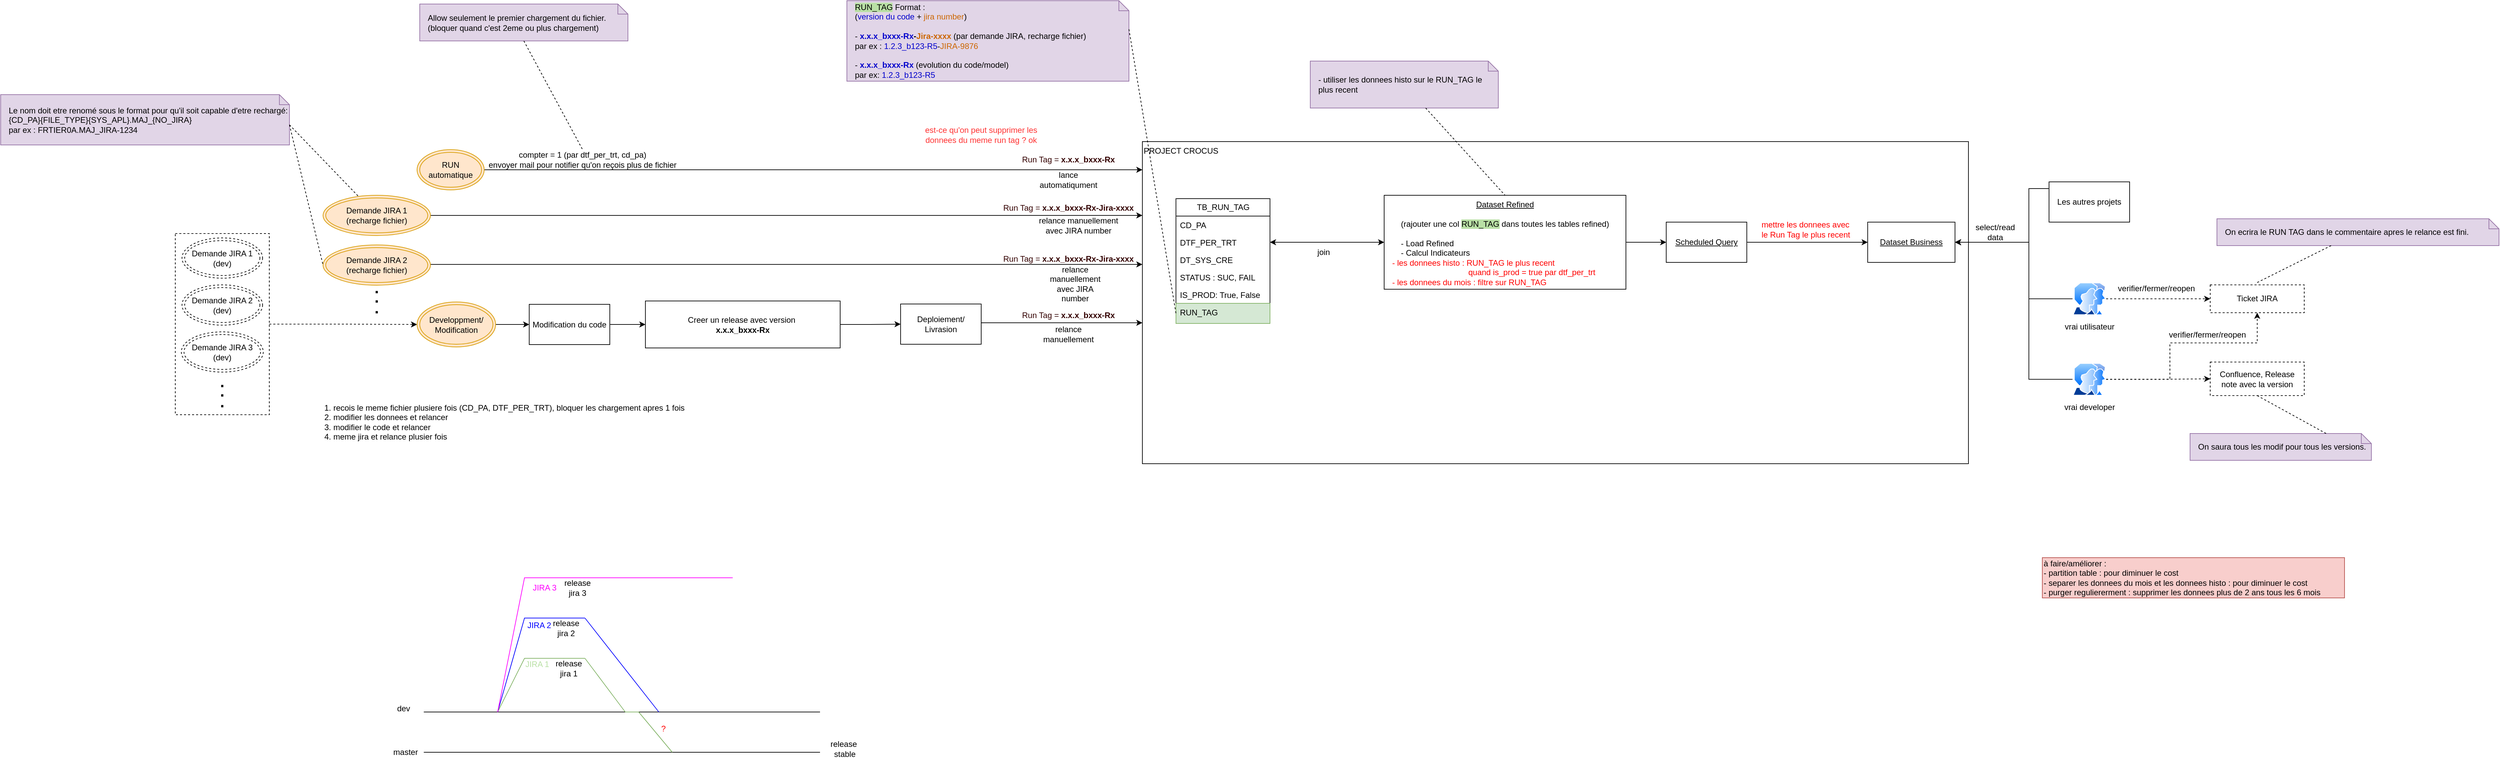
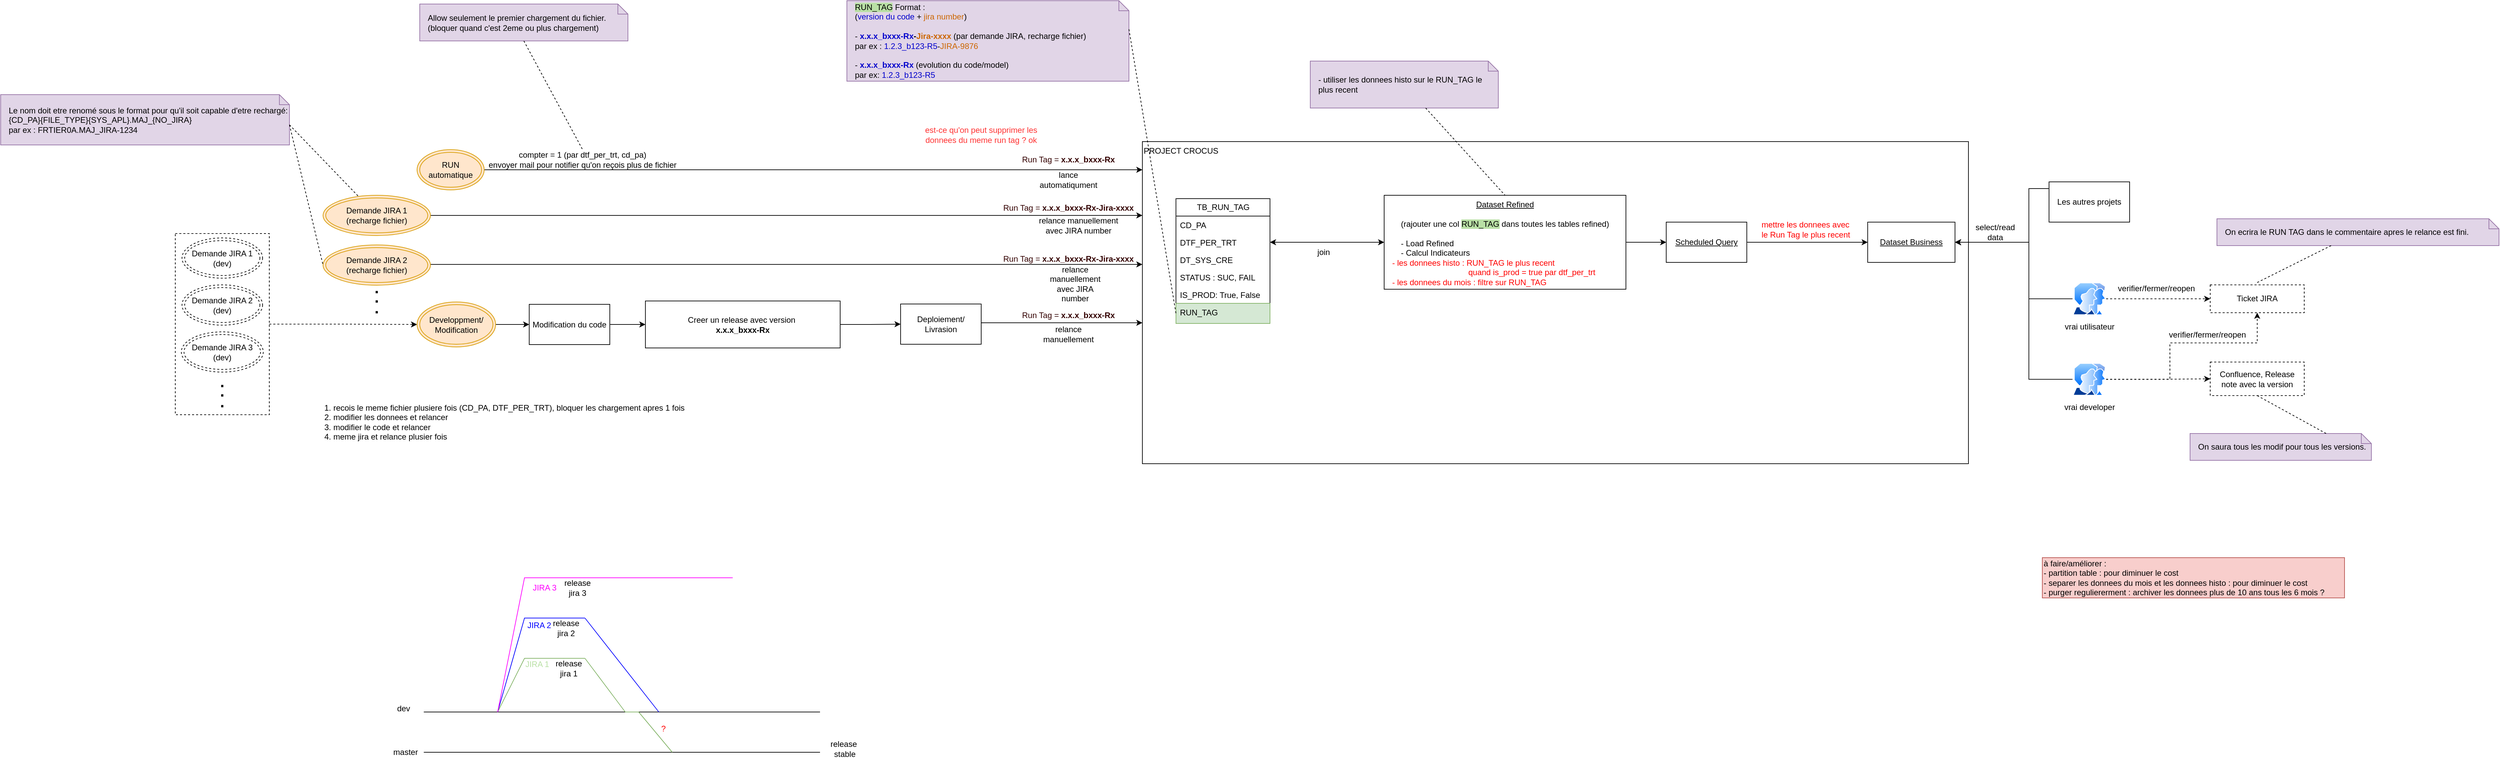
<mxfile host="app.diagrams.net">
  <diagram name="Page-1" id="bEAYSmEDHXBXhFzCy1HB">
    <mxGraphModel dx="3279" dy="1847" grid="1" gridSize="10" guides="1" tooltips="1" connect="1" arrows="1" fold="1" page="1" pageScale="1" pageWidth="827" pageHeight="1169" math="0" shadow="0">
      <root>
        <mxCell id="0" />
        <mxCell id="1" parent="0" />
        <mxCell id="cKu8MT6L8Fp_BZaxLZj7-22" edge="1" parent="1" source="cKu8MT6L8Fp_BZaxLZj7-16" style="edgeStyle=orthogonalEdgeStyle;rounded=0;orthogonalLoop=1;jettySize=auto;html=1;dashed=1;" target="QUzsFoNl6aFI_2ed8XXq-33">
          <mxGeometry relative="1" as="geometry">
            <Array as="points" />
            <mxPoint x="-937.4999999999995" y="382" as="sourcePoint" />
            <mxPoint x="-602.4999999999995" y="365" as="targetPoint" />
          </mxGeometry>
        </mxCell>
        <mxCell id="cKu8MT6L8Fp_BZaxLZj7-16" parent="1" style="rounded=0;whiteSpace=wrap;html=1;dashed=1;" value="" vertex="1">
          <mxGeometry height="270" width="140" x="-1070" y="247" as="geometry" />
        </mxCell>
        <mxCell id="QUzsFoNl6aFI_2ed8XXq-13" parent="1" style="rounded=0;whiteSpace=wrap;html=1;align=left;verticalAlign=top;" value="PROJECT CROCUS" vertex="1">
          <mxGeometry height="480" width="1230" x="370" y="110" as="geometry" />
        </mxCell>
        <mxCell id="QUzsFoNl6aFI_2ed8XXq-1" parent="1" style="swimlane;fontStyle=0;childLayout=stackLayout;horizontal=1;startSize=26;fillColor=none;horizontalStack=0;resizeParent=1;resizeParentMax=0;resizeLast=0;collapsible=1;marginBottom=0;html=1;" value="TB_RUN_TAG" vertex="1">
          <mxGeometry height="186" width="140" x="420" y="195" as="geometry" />
        </mxCell>
        <mxCell id="QUzsFoNl6aFI_2ed8XXq-2" parent="QUzsFoNl6aFI_2ed8XXq-1" style="text;strokeColor=none;fillColor=none;align=left;verticalAlign=top;spacingLeft=4;spacingRight=4;overflow=hidden;rotatable=0;points=[[0,0.5],[1,0.5]];portConstraint=eastwest;whiteSpace=wrap;html=1;" value="CD_PA" vertex="1">
          <mxGeometry height="26" width="140" y="26" as="geometry" />
        </mxCell>
        <mxCell id="QUzsFoNl6aFI_2ed8XXq-3" parent="QUzsFoNl6aFI_2ed8XXq-1" style="text;strokeColor=none;fillColor=none;align=left;verticalAlign=top;spacingLeft=4;spacingRight=4;overflow=hidden;rotatable=0;points=[[0,0.5],[1,0.5]];portConstraint=eastwest;whiteSpace=wrap;html=1;" value="DTF_PER_TRT" vertex="1">
          <mxGeometry height="26" width="140" y="52" as="geometry" />
        </mxCell>
        <mxCell id="QUzsFoNl6aFI_2ed8XXq-4" parent="QUzsFoNl6aFI_2ed8XXq-1" style="text;strokeColor=none;fillColor=none;align=left;verticalAlign=top;spacingLeft=4;spacingRight=4;overflow=hidden;rotatable=0;points=[[0,0.5],[1,0.5]];portConstraint=eastwest;whiteSpace=wrap;html=1;" value="DT_SYS_CRE" vertex="1">
          <mxGeometry height="26" width="140" y="78" as="geometry" />
        </mxCell>
        <mxCell id="QUzsFoNl6aFI_2ed8XXq-105" parent="QUzsFoNl6aFI_2ed8XXq-1" style="text;strokeColor=none;fillColor=none;align=left;verticalAlign=top;spacingLeft=4;spacingRight=4;overflow=hidden;rotatable=0;points=[[0,0.5],[1,0.5]];portConstraint=eastwest;whiteSpace=wrap;html=1;" value="STATUS : SUC, FAIL" vertex="1">
          <mxGeometry height="26" width="140" y="104" as="geometry" />
        </mxCell>
        <mxCell id="DOhsEIRQmGDwiVjTRz9E-7" parent="QUzsFoNl6aFI_2ed8XXq-1" style="text;strokeColor=none;fillColor=none;align=left;verticalAlign=top;spacingLeft=4;spacingRight=4;overflow=hidden;rotatable=0;points=[[0,0.5],[1,0.5]];portConstraint=eastwest;whiteSpace=wrap;html=1;" value="IS_PROD: True, False" vertex="1">
          <mxGeometry height="26" width="140" y="130" as="geometry" />
        </mxCell>
        <mxCell id="QUzsFoNl6aFI_2ed8XXq-5" parent="QUzsFoNl6aFI_2ed8XXq-1" style="text;strokeColor=#82b366;fillColor=#d5e8d4;align=left;verticalAlign=top;spacingLeft=4;spacingRight=4;overflow=hidden;rotatable=0;points=[[0,0.5],[1,0.5]];portConstraint=eastwest;whiteSpace=wrap;html=1;" value="RUN_TAG" vertex="1">
          <mxGeometry height="30" width="140" y="156" as="geometry" />
        </mxCell>
        <mxCell id="QUzsFoNl6aFI_2ed8XXq-7" parent="1" style="shape=note;size=15;align=left;spacingLeft=10;html=1;whiteSpace=wrap;fillColor=#e1d5e7;strokeColor=#9673a6;" value="&lt;span style=&quot;background-color: rgb(185, 224, 165);&quot;&gt;RUN_TAG&lt;/span&gt; Format :&amp;nbsp;&lt;div&gt;(&lt;font style=&quot;color: rgb(0, 0, 204);&quot;&gt;version du code&lt;/font&gt; +&lt;font style=&quot;color: rgb(204, 102, 0);&quot;&gt; &lt;font&gt;jira number&lt;/font&gt;&lt;/font&gt;)&lt;/div&gt;&lt;div&gt;&lt;br&gt;&lt;div&gt;- &lt;b&gt;&lt;font style=&quot;color: rgb(0, 0, 204);&quot;&gt;x.x.x_bxxx-Rx&lt;/font&gt;-&lt;font style=&quot;color: rgb(204, 102, 0);&quot;&gt;Jira-xxxx&lt;/font&gt;&lt;/b&gt; (par demande JIRA, recharge fichier)&amp;nbsp;&lt;/div&gt;&lt;div&gt;par ex : &lt;font style=&quot;color: rgb(0, 0, 204);&quot;&gt;1.2.3_b123-R5&lt;/font&gt;-&lt;font style=&quot;color: rgb(204, 102, 0);&quot;&gt;JIRA-9876&lt;/font&gt;&lt;/div&gt;&lt;div&gt;&lt;br&gt;&lt;/div&gt;&lt;div&gt;-&lt;b&gt; &lt;font style=&quot;color: rgb(0, 0, 204);&quot;&gt;x.x.x_bxxx-Rx&lt;/font&gt;&lt;/b&gt; (evolution du code/model)&lt;/div&gt;&lt;div&gt;&lt;span style=&quot;background-color: transparent; color: light-dark(rgb(0, 0, 0), rgb(255, 255, 255));&quot;&gt;par ex: &lt;/span&gt;&lt;span style=&quot;background-color: transparent;&quot;&gt;&lt;font style=&quot;color: light-dark(rgb(0, 0, 204), rgb(255, 255, 255));&quot;&gt;1.2.3_b123-R5&lt;/font&gt;&lt;/span&gt;&lt;/div&gt;&lt;/div&gt;" vertex="1">
          <mxGeometry height="120" width="420" x="-70" y="-100" as="geometry" />
        </mxCell>
        <mxCell id="QUzsFoNl6aFI_2ed8XXq-8" edge="1" parent="1" source="QUzsFoNl6aFI_2ed8XXq-7" style="edgeStyle=none;endArrow=none;exitX=0;exitY=0;dashed=1;html=1;rounded=0;entryX=0;entryY=0.5;entryDx=0;entryDy=0;exitDx=420;exitDy=42.5;exitPerimeter=0;" target="QUzsFoNl6aFI_2ed8XXq-5" value="">
          <mxGeometry relative="1" x="1" as="geometry">
            <mxPoint x="590" y="660" as="targetPoint" />
          </mxGeometry>
        </mxCell>
        <mxCell id="QUzsFoNl6aFI_2ed8XXq-10" parent="1" style="rounded=0;whiteSpace=wrap;html=1;dashed=1;" value="Confluence, Release note avec la v&lt;span style=&quot;background-color: transparent; color: light-dark(rgb(0, 0, 0), rgb(255, 255, 255));&quot;&gt;ersion&lt;/span&gt;" vertex="1">
          <mxGeometry height="50" width="140" x="1960" y="438.5" as="geometry" />
        </mxCell>
        <mxCell id="QUzsFoNl6aFI_2ed8XXq-11" parent="1" style="rounded=0;whiteSpace=wrap;html=1;dashed=1;" value="Ticket JIRA" vertex="1">
          <mxGeometry height="41.5" width="140" x="1960" y="323.5" as="geometry" />
        </mxCell>
        <mxCell id="QUzsFoNl6aFI_2ed8XXq-42" edge="1" parent="1" source="QUzsFoNl6aFI_2ed8XXq-12" style="edgeStyle=orthogonalEdgeStyle;rounded=0;orthogonalLoop=1;jettySize=auto;html=1;entryX=1;entryY=0.5;entryDx=0;entryDy=0;startArrow=classic;startFill=1;" target="QUzsFoNl6aFI_2ed8XXq-3">
          <mxGeometry relative="1" as="geometry" />
        </mxCell>
        <mxCell id="QUzsFoNl6aFI_2ed8XXq-50" edge="1" parent="1" source="QUzsFoNl6aFI_2ed8XXq-12" style="edgeStyle=orthogonalEdgeStyle;rounded=0;orthogonalLoop=1;jettySize=auto;html=1;" target="QUzsFoNl6aFI_2ed8XXq-46">
          <mxGeometry relative="1" as="geometry">
            <Array as="points" />
          </mxGeometry>
        </mxCell>
        <mxCell id="QUzsFoNl6aFI_2ed8XXq-12" parent="1" style="rounded=0;whiteSpace=wrap;html=1;verticalAlign=top;" value="&lt;u&gt;Dataset Refined&lt;/u&gt;&lt;div&gt;&lt;u&gt;&lt;br&gt;&lt;/u&gt;&lt;div&gt;(rajouter une col &lt;span style=&quot;background-color: rgb(185, 224, 165);&quot;&gt;RUN_TAG&lt;/span&gt;&lt;span&gt; &lt;/span&gt;dans toutes les tables refined)&lt;/div&gt;&lt;div&gt;&lt;br&gt;&lt;/div&gt;&lt;div style=&quot;text-align: left;&quot;&gt;- Load Refined&amp;nbsp; &amp;nbsp; &amp;nbsp; &amp;nbsp;&lt;/div&gt;&lt;div style=&quot;text-align: left;&quot;&gt;- Calcul Indicateurs&lt;/div&gt;&lt;/div&gt;" vertex="1">
          <mxGeometry height="140" width="360" x="730" y="190" as="geometry" />
        </mxCell>
        <mxCell id="QUzsFoNl6aFI_2ed8XXq-27" edge="1" parent="1" source="QUzsFoNl6aFI_2ed8XXq-33" style="edgeStyle=orthogonalEdgeStyle;rounded=0;orthogonalLoop=1;jettySize=auto;html=1;entryX=0;entryY=0.5;entryDx=0;entryDy=0;" target="QUzsFoNl6aFI_2ed8XXq-23">
          <mxGeometry relative="1" as="geometry">
            <mxPoint x="-740" y="198" as="sourcePoint" />
          </mxGeometry>
        </mxCell>
        <mxCell id="QUzsFoNl6aFI_2ed8XXq-19" parent="1" style="text;html=1;whiteSpace=wrap;strokeColor=none;fillColor=none;align=center;verticalAlign=middle;rounded=0;fontColor=#330000;" value="&lt;font style=&quot;&quot;&gt;Run Tag =&amp;nbsp;&lt;/font&gt;&lt;b style=&quot;text-align: left;&quot;&gt;x.x.x_bxxx-Rx-Jira-xxxx&lt;/b&gt;" vertex="1">
          <mxGeometry height="30" width="200" x="160" y="269.5" as="geometry" />
        </mxCell>
        <mxCell id="cKu8MT6L8Fp_BZaxLZj7-37" edge="1" parent="1" source="QUzsFoNl6aFI_2ed8XXq-23" style="edgeStyle=orthogonalEdgeStyle;rounded=0;orthogonalLoop=1;jettySize=auto;html=1;" target="QUzsFoNl6aFI_2ed8XXq-25">
          <mxGeometry relative="1" as="geometry" />
        </mxCell>
        <mxCell id="QUzsFoNl6aFI_2ed8XXq-23" parent="1" style="rounded=0;whiteSpace=wrap;html=1;" value="Modification du code" vertex="1">
          <mxGeometry height="60" width="120" x="-543" y="352.5" as="geometry" />
        </mxCell>
        <mxCell id="QUzsFoNl6aFI_2ed8XXq-31" edge="1" parent="1" source="QUzsFoNl6aFI_2ed8XXq-24" style="edgeStyle=orthogonalEdgeStyle;rounded=0;orthogonalLoop=1;jettySize=auto;html=1;" target="QUzsFoNl6aFI_2ed8XXq-13">
          <mxGeometry relative="1" as="geometry">
            <Array as="points">
              <mxPoint x="180" y="380" />
              <mxPoint x="180" y="380" />
            </Array>
            <mxPoint x="380" y="373" as="targetPoint" />
          </mxGeometry>
        </mxCell>
        <mxCell id="QUzsFoNl6aFI_2ed8XXq-24" parent="1" style="rounded=0;whiteSpace=wrap;html=1;" value="Deploiement/ Livrasion" vertex="1">
          <mxGeometry height="60" width="120" x="10" y="352" as="geometry" />
        </mxCell>
        <mxCell id="cKu8MT6L8Fp_BZaxLZj7-38" edge="1" parent="1" source="QUzsFoNl6aFI_2ed8XXq-25" style="edgeStyle=orthogonalEdgeStyle;rounded=0;orthogonalLoop=1;jettySize=auto;html=1;" target="QUzsFoNl6aFI_2ed8XXq-24">
          <mxGeometry relative="1" as="geometry" />
        </mxCell>
        <mxCell id="QUzsFoNl6aFI_2ed8XXq-25" parent="1" style="rounded=0;whiteSpace=wrap;html=1;" value="Creer un release avec version&amp;nbsp;&lt;div&gt;&lt;span style=&quot;text-align: left;&quot;&gt;&lt;b&gt;x.x.x_bxxx-Rx&lt;/b&gt;&lt;/span&gt;&lt;/div&gt;" vertex="1">
          <mxGeometry height="70" width="290" x="-370" y="347.5" as="geometry" />
        </mxCell>
        <mxCell id="QUzsFoNl6aFI_2ed8XXq-33" parent="1" style="ellipse;shape=doubleEllipse;whiteSpace=wrap;html=1;fillColor=#ffe6cc;strokeColor=#d79b00;" value="Developpment/&lt;div&gt;Modification&lt;/div&gt;" vertex="1">
          <mxGeometry height="67" width="117" x="-710" y="349" as="geometry" />
        </mxCell>
        <mxCell id="cKu8MT6L8Fp_BZaxLZj7-5" edge="1" parent="1" style="edgeStyle=orthogonalEdgeStyle;rounded=0;orthogonalLoop=1;jettySize=auto;html=1;">
          <mxGeometry relative="1" as="geometry">
            <Array as="points">
              <mxPoint x="110" y="293" />
              <mxPoint x="110" y="293" />
            </Array>
            <mxPoint x="-690.0000000000005" y="293" as="sourcePoint" />
            <mxPoint x="370" y="293" as="targetPoint" />
          </mxGeometry>
        </mxCell>
        <mxCell id="QUzsFoNl6aFI_2ed8XXq-34" parent="1" style="ellipse;shape=doubleEllipse;whiteSpace=wrap;html=1;fillColor=#ffe6cc;strokeColor=#d79b00;" value="Demande JIRA 2&lt;div&gt;(recharge fichier)&lt;/div&gt;" vertex="1">
          <mxGeometry height="60" width="160" x="-850" y="264" as="geometry" />
        </mxCell>
        <mxCell id="QUzsFoNl6aFI_2ed8XXq-36" edge="1" parent="1" source="QUzsFoNl6aFI_2ed8XXq-35" style="edgeStyle=orthogonalEdgeStyle;rounded=0;orthogonalLoop=1;jettySize=auto;html=1;" target="QUzsFoNl6aFI_2ed8XXq-13">
          <mxGeometry relative="1" as="geometry">
            <Array as="points">
              <mxPoint x="140" y="152" />
              <mxPoint x="140" y="152" />
            </Array>
            <mxPoint x="380" y="152.0588235294117" as="targetPoint" />
          </mxGeometry>
        </mxCell>
        <mxCell id="QUzsFoNl6aFI_2ed8XXq-35" parent="1" style="ellipse;shape=doubleEllipse;whiteSpace=wrap;html=1;fillColor=#ffe6cc;strokeColor=#d79b00;" value="RUN automatique" vertex="1">
          <mxGeometry height="60" width="100" x="-710" y="122" as="geometry" />
        </mxCell>
        <mxCell id="QUzsFoNl6aFI_2ed8XXq-40" parent="1" style="shape=note;size=15;align=left;spacingLeft=10;html=1;whiteSpace=wrap;fillColor=#e1d5e7;strokeColor=#9673a6;" value="&lt;div&gt;- utiliser les donnees histo sur le RUN_TAG le plus recent&lt;/div&gt;" vertex="1">
          <mxGeometry height="70" width="280" x="620" y="-10" as="geometry" />
        </mxCell>
        <mxCell id="QUzsFoNl6aFI_2ed8XXq-41" edge="1" parent="1" source="QUzsFoNl6aFI_2ed8XXq-40" style="edgeStyle=none;endArrow=none;dashed=1;html=1;rounded=0;entryX=0.5;entryY=0;entryDx=0;entryDy=0;" target="QUzsFoNl6aFI_2ed8XXq-12" value="">
          <mxGeometry relative="1" x="1" as="geometry">
            <mxPoint x="720" y="650" as="sourcePoint" />
            <mxPoint x="772" y="500" as="targetPoint" />
          </mxGeometry>
        </mxCell>
        <mxCell id="QUzsFoNl6aFI_2ed8XXq-43" parent="1" style="text;html=1;whiteSpace=wrap;strokeColor=none;fillColor=none;align=left;verticalAlign=middle;rounded=0;" value="&lt;font style=&quot;color: rgb(255, 0, 0);&quot;&gt;- les donnees histo : RUN_TAG le plus recent&amp;nbsp;&lt;/font&gt;&lt;div&gt;&lt;font style=&quot;color: rgb(255, 0, 0);&quot;&gt;&amp;nbsp; &amp;nbsp; &amp;nbsp; &amp;nbsp; &amp;nbsp; &amp;nbsp; &amp;nbsp; &amp;nbsp; &amp;nbsp; &amp;nbsp; &amp;nbsp; &amp;nbsp; &amp;nbsp; &amp;nbsp; &amp;nbsp; &amp;nbsp; &amp;nbsp; quand is_prod = true par dtf_per_trt&lt;/font&gt;&lt;div&gt;&lt;font style=&quot;color: rgb(255, 0, 0);&quot;&gt;- les donnees du mois : f&lt;/font&gt;&lt;span style=&quot;color: light-dark(rgb(255, 0, 0), rgb(255, 144, 144)); background-color: transparent;&quot;&gt;iltre sur RUN_TAG&lt;/span&gt;&lt;/div&gt;&lt;/div&gt;" vertex="1">
          <mxGeometry height="30" width="370" x="740" y="290" as="geometry" />
        </mxCell>
        <mxCell id="QUzsFoNl6aFI_2ed8XXq-45" parent="1" style="rounded=0;whiteSpace=wrap;html=1;" value="&lt;u&gt;Dataset Business&lt;/u&gt;" vertex="1">
          <mxGeometry height="60" width="130" x="1450" y="230" as="geometry" />
        </mxCell>
        <mxCell id="QUzsFoNl6aFI_2ed8XXq-48" edge="1" parent="1" source="QUzsFoNl6aFI_2ed8XXq-46" style="edgeStyle=orthogonalEdgeStyle;rounded=0;orthogonalLoop=1;jettySize=auto;html=1;" target="QUzsFoNl6aFI_2ed8XXq-45">
          <mxGeometry relative="1" as="geometry" />
        </mxCell>
        <mxCell id="QUzsFoNl6aFI_2ed8XXq-46" parent="1" style="rounded=0;whiteSpace=wrap;html=1;" value="&lt;u&gt;Scheduled Query&lt;/u&gt;" vertex="1">
          <mxGeometry height="60" width="120" x="1150" y="230" as="geometry" />
        </mxCell>
        <mxCell id="QUzsFoNl6aFI_2ed8XXq-51" parent="1" style="text;html=1;whiteSpace=wrap;strokeColor=none;fillColor=none;align=left;verticalAlign=middle;rounded=0;fontColor=#FF0000;" value="mettre les donnees avec le Run Tag le plus recent" vertex="1">
          <mxGeometry height="30" width="140" x="1290" y="226" as="geometry" />
        </mxCell>
        <mxCell id="QUzsFoNl6aFI_2ed8XXq-59" edge="1" parent="1" source="QUzsFoNl6aFI_2ed8XXq-52" style="edgeStyle=orthogonalEdgeStyle;rounded=0;orthogonalLoop=1;jettySize=auto;html=1;entryX=1;entryY=0.5;entryDx=0;entryDy=0;" target="QUzsFoNl6aFI_2ed8XXq-45">
          <mxGeometry relative="1" as="geometry">
            <Array as="points">
              <mxPoint x="1690" y="180" />
              <mxPoint x="1690" y="260" />
            </Array>
          </mxGeometry>
        </mxCell>
        <mxCell id="QUzsFoNl6aFI_2ed8XXq-52" parent="1" style="rounded=0;whiteSpace=wrap;html=1;" value="Les autres projets" vertex="1">
          <mxGeometry height="60" width="120" x="1720" y="170" as="geometry" />
        </mxCell>
        <mxCell id="QUzsFoNl6aFI_2ed8XXq-58" edge="1" parent="1" source="QUzsFoNl6aFI_2ed8XXq-57" style="edgeStyle=orthogonalEdgeStyle;rounded=0;orthogonalLoop=1;jettySize=auto;html=1;entryX=1;entryY=0.5;entryDx=0;entryDy=0;" target="QUzsFoNl6aFI_2ed8XXq-45">
          <mxGeometry relative="1" as="geometry">
            <Array as="points">
              <mxPoint x="1690" y="344" />
              <mxPoint x="1690" y="260" />
            </Array>
          </mxGeometry>
        </mxCell>
        <mxCell id="QUzsFoNl6aFI_2ed8XXq-65" edge="1" parent="1" source="QUzsFoNl6aFI_2ed8XXq-57" style="edgeStyle=orthogonalEdgeStyle;rounded=0;orthogonalLoop=1;jettySize=auto;html=1;dashed=1;" target="QUzsFoNl6aFI_2ed8XXq-11">
          <mxGeometry relative="1" as="geometry" />
        </mxCell>
        <mxCell id="QUzsFoNl6aFI_2ed8XXq-57" parent="1" style="image;aspect=fixed;perimeter=ellipsePerimeter;html=1;align=center;shadow=0;dashed=0;spacingTop=3;image=img/lib/active_directory/user_accounts.svg;" value="vrai utilisateur" vertex="1">
          <mxGeometry height="48.5" width="50" x="1755" y="320" as="geometry" />
        </mxCell>
        <mxCell id="QUzsFoNl6aFI_2ed8XXq-60" parent="1" style="text;html=1;whiteSpace=wrap;strokeColor=none;fillColor=none;align=center;verticalAlign=middle;rounded=0;" value="select/read data" vertex="1">
          <mxGeometry height="30" width="60" x="1610" y="230" as="geometry" />
        </mxCell>
        <mxCell id="QUzsFoNl6aFI_2ed8XXq-63" edge="1" parent="1" source="QUzsFoNl6aFI_2ed8XXq-62" style="edgeStyle=orthogonalEdgeStyle;rounded=0;orthogonalLoop=1;jettySize=auto;html=1;entryX=1;entryY=0.5;entryDx=0;entryDy=0;" target="QUzsFoNl6aFI_2ed8XXq-45">
          <mxGeometry relative="1" as="geometry">
            <Array as="points">
              <mxPoint x="1690" y="464" />
              <mxPoint x="1690" y="260" />
            </Array>
          </mxGeometry>
        </mxCell>
        <mxCell id="QUzsFoNl6aFI_2ed8XXq-66" edge="1" parent="1" source="QUzsFoNl6aFI_2ed8XXq-62" style="edgeStyle=orthogonalEdgeStyle;rounded=0;orthogonalLoop=1;jettySize=auto;html=1;dashed=1;" target="QUzsFoNl6aFI_2ed8XXq-10">
          <mxGeometry relative="1" as="geometry" />
        </mxCell>
        <mxCell id="QUzsFoNl6aFI_2ed8XXq-68" edge="1" parent="1" source="QUzsFoNl6aFI_2ed8XXq-62" style="edgeStyle=orthogonalEdgeStyle;rounded=0;orthogonalLoop=1;jettySize=auto;html=1;entryX=0.5;entryY=1;entryDx=0;entryDy=0;dashed=1;" target="QUzsFoNl6aFI_2ed8XXq-11">
          <mxGeometry relative="1" as="geometry">
            <Array as="points">
              <mxPoint x="1900" y="464" />
              <mxPoint x="1900" y="410" />
              <mxPoint x="2030" y="410" />
            </Array>
          </mxGeometry>
        </mxCell>
        <mxCell id="QUzsFoNl6aFI_2ed8XXq-62" parent="1" style="image;aspect=fixed;perimeter=ellipsePerimeter;html=1;align=center;shadow=0;dashed=0;spacingTop=3;image=img/lib/active_directory/user_accounts.svg;" value="vrai developer" vertex="1">
          <mxGeometry height="48.5" width="50" x="1755" y="440" as="geometry" />
        </mxCell>
        <mxCell id="QUzsFoNl6aFI_2ed8XXq-69" parent="1" style="shape=note;size=15;align=left;spacingLeft=10;html=1;whiteSpace=wrap;fillColor=#e1d5e7;strokeColor=#9673a6;" value="On ecrira le RUN TAG dans le commentaire apres le relance est fini." vertex="1">
          <mxGeometry height="40" width="420" x="1970" y="225" as="geometry" />
        </mxCell>
        <mxCell id="QUzsFoNl6aFI_2ed8XXq-70" edge="1" parent="1" source="QUzsFoNl6aFI_2ed8XXq-69" style="edgeStyle=none;endArrow=none;dashed=1;html=1;rounded=0;" value="">
          <mxGeometry relative="1" x="1" as="geometry">
            <mxPoint x="970" y="210" as="sourcePoint" />
            <mxPoint x="2030" y="320" as="targetPoint" />
          </mxGeometry>
        </mxCell>
        <mxCell id="QUzsFoNl6aFI_2ed8XXq-71" parent="1" style="shape=note;size=15;align=left;spacingLeft=10;html=1;whiteSpace=wrap;fillColor=#e1d5e7;strokeColor=#9673a6;" value="On saura tous les modif pour tous les versions." vertex="1">
          <mxGeometry height="40" width="270" x="1930" y="545" as="geometry" />
        </mxCell>
        <mxCell id="QUzsFoNl6aFI_2ed8XXq-72" edge="1" parent="1" source="QUzsFoNl6aFI_2ed8XXq-71" style="edgeStyle=none;endArrow=none;dashed=1;html=1;rounded=0;entryX=0.5;entryY=1;entryDx=0;entryDy=0;exitX=0;exitY=0;exitDx=202.5;exitDy=0;exitPerimeter=0;" target="QUzsFoNl6aFI_2ed8XXq-10" value="">
          <mxGeometry relative="1" x="1" as="geometry">
            <mxPoint x="2180" y="470" as="sourcePoint" />
            <mxPoint x="2070" y="525" as="targetPoint" />
          </mxGeometry>
        </mxCell>
-         <mxCell id="QUzsFoNl6aFI_2ed8XXq-74" parent="1" style="rounded=0;whiteSpace=wrap;html=1;align=left;fillColor=#f8cecc;strokeColor=#b85450;" value="à faire/améliorer :&lt;div&gt;- partition table : pour diminuer le cost&lt;/div&gt;&lt;div&gt;- separer les donnees du mois et les donnees histo&amp;nbsp;&lt;span style=&quot;background-color: transparent; color: light-dark(rgb(0, 0, 0), rgb(255, 255, 255));&quot;&gt;: pour diminuer le cost&lt;/span&gt;&lt;/div&gt;&lt;div&gt;&lt;span style=&quot;background-color: transparent; color: light-dark(rgb(0, 0, 0), rgb(255, 255, 255));&quot;&gt;- purger reguliererment : supprimer les donnees plus de 2 ans tous les 6 mois&lt;/span&gt;&lt;/div&gt;" vertex="1">
+         <mxCell id="QUzsFoNl6aFI_2ed8XXq-74" parent="1" style="rounded=0;whiteSpace=wrap;html=1;align=left;fillColor=#f8cecc;strokeColor=#b85450;" value="à faire/améliorer :&lt;div&gt;- partition table : pour diminuer le cost&lt;/div&gt;&lt;div&gt;- separer les donnees du mois et les donnees histo&amp;nbsp;&lt;span style=&quot;background-color: transparent; color: light-dark(rgb(0, 0, 0), rgb(255, 255, 255));&quot;&gt;: pour diminuer le cost&lt;/span&gt;&lt;/div&gt;&lt;div&gt;&lt;span style=&quot;background-color: transparent; color: light-dark(rgb(0, 0, 0), rgb(255, 255, 255));&quot;&gt;- purger reguliererment : archiver les donnees plus de 10 ans tous les 6 mois ?&lt;/span&gt;&lt;/div&gt;" vertex="1">
          <mxGeometry height="60" width="450" x="1710" y="730" as="geometry" />
        </mxCell>
        <mxCell id="QUzsFoNl6aFI_2ed8XXq-76" parent="1" style="text;html=1;whiteSpace=wrap;strokeColor=none;fillColor=none;align=center;verticalAlign=middle;rounded=0;" value="join" vertex="1">
          <mxGeometry height="30" width="60" x="610" y="260" as="geometry" />
        </mxCell>
        <mxCell id="QUzsFoNl6aFI_2ed8XXq-81" edge="1" parent="1" style="endArrow=none;html=1;rounded=0;" value="">
          <mxGeometry height="50" relative="1" width="50" as="geometry">
            <mxPoint x="-700" y="960" as="sourcePoint" />
            <mxPoint x="-110" y="960" as="targetPoint" />
          </mxGeometry>
        </mxCell>
        <mxCell id="QUzsFoNl6aFI_2ed8XXq-83" edge="1" parent="1" style="endArrow=none;html=1;rounded=0;fillColor=#d5e8d4;strokeColor=#82b366;" value="">
          <mxGeometry height="50" relative="1" width="50" as="geometry">
            <Array as="points">
              <mxPoint x="-550" y="880" />
            </Array>
            <mxPoint x="-590" y="960" as="sourcePoint" />
            <mxPoint x="-460" y="880" as="targetPoint" />
          </mxGeometry>
        </mxCell>
        <mxCell id="QUzsFoNl6aFI_2ed8XXq-84" parent="1" style="text;html=1;whiteSpace=wrap;strokeColor=none;fillColor=none;align=center;verticalAlign=middle;rounded=0;" value="dev" vertex="1">
          <mxGeometry height="30" width="60" x="-760" y="940" as="geometry" />
        </mxCell>
        <mxCell id="QUzsFoNl6aFI_2ed8XXq-85" edge="1" parent="1" style="endArrow=none;html=1;rounded=0;strokeColor=#0000FF;" value="">
          <mxGeometry height="50" relative="1" width="50" as="geometry">
            <Array as="points">
              <mxPoint x="-550" y="820" />
            </Array>
            <mxPoint x="-590" y="960" as="sourcePoint" />
            <mxPoint x="-460" y="820" as="targetPoint" />
          </mxGeometry>
        </mxCell>
        <mxCell id="QUzsFoNl6aFI_2ed8XXq-86" edge="1" parent="1" style="endArrow=none;html=1;rounded=0;strokeColor=#FF00FF;" value="">
          <mxGeometry height="50" relative="1" width="50" as="geometry">
            <Array as="points">
              <mxPoint x="-550" y="760" />
            </Array>
            <mxPoint x="-590" y="960" as="sourcePoint" />
            <mxPoint x="-240" y="760" as="targetPoint" />
          </mxGeometry>
        </mxCell>
        <mxCell id="QUzsFoNl6aFI_2ed8XXq-87" parent="1" style="text;html=1;whiteSpace=wrap;strokeColor=none;fillColor=none;align=center;verticalAlign=middle;rounded=0;fontColor=#B9E0A5;" value="JIRA 1" vertex="1">
          <mxGeometry height="30" width="60" x="-561" y="874" as="geometry" />
        </mxCell>
        <mxCell id="QUzsFoNl6aFI_2ed8XXq-88" parent="1" style="text;html=1;whiteSpace=wrap;strokeColor=none;fillColor=none;align=center;verticalAlign=middle;rounded=0;fontColor=#0000FF;" value="JIRA 2" vertex="1">
          <mxGeometry height="30" width="60" x="-558" y="816" as="geometry" />
        </mxCell>
        <mxCell id="QUzsFoNl6aFI_2ed8XXq-89" parent="1" style="text;html=1;whiteSpace=wrap;strokeColor=none;fillColor=none;align=center;verticalAlign=middle;rounded=0;fontColor=#FF00FF;" value="JIRA 3" vertex="1">
          <mxGeometry height="30" width="60" x="-550" y="760" as="geometry" />
        </mxCell>
        <mxCell id="QUzsFoNl6aFI_2ed8XXq-90" edge="1" parent="1" style="endArrow=none;html=1;rounded=0;" value="">
          <mxGeometry height="50" relative="1" width="50" as="geometry">
            <mxPoint x="-700" y="1020" as="sourcePoint" />
            <mxPoint x="-110" y="1020" as="targetPoint" />
          </mxGeometry>
        </mxCell>
        <mxCell id="QUzsFoNl6aFI_2ed8XXq-91" parent="1" style="text;html=1;whiteSpace=wrap;strokeColor=none;fillColor=none;align=center;verticalAlign=middle;rounded=0;" value="master" vertex="1">
          <mxGeometry height="30" width="60" x="-757" y="1005" as="geometry" />
        </mxCell>
        <mxCell id="QUzsFoNl6aFI_2ed8XXq-92" edge="1" parent="1" style="endArrow=none;html=1;rounded=0;fillColor=#d5e8d4;strokeColor=#82b366;" value="">
          <mxGeometry height="50" relative="1" width="50" as="geometry">
            <mxPoint x="-460" y="880" as="sourcePoint" />
            <mxPoint x="-400" y="960" as="targetPoint" />
          </mxGeometry>
        </mxCell>
        <mxCell id="QUzsFoNl6aFI_2ed8XXq-94" edge="1" parent="1" style="endArrow=none;html=1;rounded=0;strokeColor=#0000FF;" value="">
          <mxGeometry height="50" relative="1" width="50" as="geometry">
            <mxPoint x="-460" y="820" as="sourcePoint" />
            <mxPoint x="-350" y="960" as="targetPoint" />
          </mxGeometry>
        </mxCell>
        <mxCell id="QUzsFoNl6aFI_2ed8XXq-95" edge="1" parent="1" style="endArrow=none;html=1;rounded=0;fillColor=#d5e8d4;strokeColor=#82b366;" value="">
          <mxGeometry height="50" relative="1" width="50" as="geometry">
            <mxPoint x="-380" y="960" as="sourcePoint" />
            <mxPoint x="-330" y="1020" as="targetPoint" />
          </mxGeometry>
        </mxCell>
        <mxCell id="QUzsFoNl6aFI_2ed8XXq-96" edge="1" parent="1" style="endArrow=none;html=1;rounded=0;fillColor=#d5e8d4;strokeColor=#82b366;" value="">
          <mxGeometry height="50" relative="1" width="50" as="geometry">
            <mxPoint x="-400" y="960" as="sourcePoint" />
            <mxPoint x="-380" y="960" as="targetPoint" />
          </mxGeometry>
        </mxCell>
        <mxCell id="QUzsFoNl6aFI_2ed8XXq-98" parent="1" style="text;html=1;whiteSpace=wrap;strokeColor=none;fillColor=none;align=center;verticalAlign=middle;rounded=0;" value="release jira 2" vertex="1">
          <mxGeometry height="30" width="60" x="-518" y="820" as="geometry" />
        </mxCell>
        <mxCell id="QUzsFoNl6aFI_2ed8XXq-99" parent="1" style="text;html=1;whiteSpace=wrap;strokeColor=none;fillColor=none;align=center;verticalAlign=middle;rounded=0;" value="release jira 1" vertex="1">
          <mxGeometry height="30" width="60" x="-514" y="880" as="geometry" />
        </mxCell>
        <mxCell id="QUzsFoNl6aFI_2ed8XXq-100" parent="1" style="text;html=1;whiteSpace=wrap;strokeColor=none;fillColor=none;align=center;verticalAlign=middle;rounded=0;" value="release jira 3" vertex="1">
          <mxGeometry height="30" width="60" x="-501" y="760" as="geometry" />
        </mxCell>
        <mxCell id="QUzsFoNl6aFI_2ed8XXq-101" parent="1" style="text;html=1;whiteSpace=wrap;strokeColor=none;fillColor=none;align=center;verticalAlign=middle;rounded=0;" value="release&amp;nbsp; stable" vertex="1">
          <mxGeometry height="30" width="60" x="-103" y="1000" as="geometry" />
        </mxCell>
        <mxCell id="QUzsFoNl6aFI_2ed8XXq-103" parent="1" style="text;html=1;whiteSpace=wrap;strokeColor=none;fillColor=none;align=center;verticalAlign=middle;rounded=0;fontColor=#FF0000;" value="?" vertex="1">
          <mxGeometry height="30" width="60" x="-373" y="970" as="geometry" />
        </mxCell>
        <mxCell id="QUzsFoNl6aFI_2ed8XXq-104" parent="1" style="text;html=1;whiteSpace=wrap;strokeColor=none;fillColor=none;align=center;verticalAlign=middle;rounded=0;" value="compter = 1 (par dtf_per_trt, cd_pa)&lt;div&gt;envoyer mail pour notifier qu&#39;on reçois plus de fichier&lt;/div&gt;" vertex="1">
          <mxGeometry height="30" width="293" x="-610" y="122" as="geometry" />
        </mxCell>
        <mxCell id="QUzsFoNl6aFI_2ed8XXq-106" parent="1" style="text;html=1;whiteSpace=wrap;strokeColor=none;fillColor=none;align=left;verticalAlign=middle;rounded=0;" value="1. recois le meme fichier plusiere fois (CD_PA, DTF_PER_TRT), bloquer les chargement apres 1 fois&lt;div&gt;2. modifier les donnees et relancer&lt;/div&gt;&lt;div&gt;3. modifier le code et relancer&lt;/div&gt;&lt;div&gt;4.&amp;nbsp;&lt;span style=&quot;text-align: center; background-color: transparent; color: light-dark(rgb(0, 0, 0), rgb(255, 255, 255));&quot;&gt;meme jira et relance plusier fois&lt;/span&gt;&lt;/div&gt;" vertex="1">
          <mxGeometry height="30" width="600" x="-850" y="513.25" as="geometry" />
        </mxCell>
        <mxCell id="cKu8MT6L8Fp_BZaxLZj7-1" parent="1" style="shape=note;size=15;align=left;spacingLeft=10;html=1;whiteSpace=wrap;fillColor=#e1d5e7;strokeColor=#9673a6;labelBackgroundColor=none;" value="&lt;span style=&quot;&quot;&gt;Allow seulement le premier chargement du fichier.&lt;br&gt;(bloquer quand c&#39;est 2eme ou plus chargement)&lt;/span&gt;" vertex="1">
          <mxGeometry height="55" width="310" x="-706" y="-95" as="geometry" />
        </mxCell>
        <mxCell id="cKu8MT6L8Fp_BZaxLZj7-2" edge="1" parent="1" source="cKu8MT6L8Fp_BZaxLZj7-1" style="edgeStyle=none;endArrow=none;exitX=0.5;exitY=1;dashed=1;html=1;rounded=0;entryX=0.5;entryY=0;entryDx=0;entryDy=0;exitDx=0;exitDy=0;exitPerimeter=0;" target="QUzsFoNl6aFI_2ed8XXq-104" value="">
          <mxGeometry relative="1" x="1" as="geometry">
            <mxPoint x="590" y="300" as="sourcePoint" />
            <mxPoint x="680" y="507" as="targetPoint" />
          </mxGeometry>
        </mxCell>
        <mxCell id="cKu8MT6L8Fp_BZaxLZj7-3" parent="1" style="ellipse;shape=doubleEllipse;whiteSpace=wrap;html=1;dashed=1;" value="Demande JIRA 1&lt;div&gt;(dev)&lt;/div&gt;" vertex="1">
          <mxGeometry height="60" width="120" x="-1060" y="253.5" as="geometry" />
        </mxCell>
        <mxCell id="cKu8MT6L8Fp_BZaxLZj7-7" parent="1" style="text;html=1;whiteSpace=wrap;strokeColor=none;fillColor=none;align=center;verticalAlign=middle;rounded=0;fontColor=#330000;" value="&lt;font style=&quot;&quot;&gt;Run Tag =&amp;nbsp;&lt;b style=&quot;text-align: left;&quot;&gt;x.x.x_bxxx-Rx&lt;/b&gt;&lt;/font&gt;" vertex="1">
          <mxGeometry height="30" width="200" x="160" y="122" as="geometry" />
        </mxCell>
        <mxCell id="cKu8MT6L8Fp_BZaxLZj7-11" parent="1" style="shape=note;size=15;align=left;spacingLeft=10;html=1;whiteSpace=wrap;fillColor=#e1d5e7;strokeColor=#9673a6;labelBackgroundColor=none;" value="&lt;span style=&quot;&quot;&gt;Le nom doit etre renomé sous le format pour qu&#39;il soit capable d&#39;etre rechargé:&lt;br&gt;{CD_PA}{FILE_TYPE}{SYS_APL}.MAJ_{NO_JIRA}&lt;/span&gt;&lt;div&gt;&lt;span style=&quot;&quot;&gt;par ex : FRTIER0A.MAJ_JIRA-1234&lt;/span&gt;&lt;/div&gt;" vertex="1">
          <mxGeometry height="75" width="430" x="-1330" y="40" as="geometry" />
        </mxCell>
        <mxCell id="cKu8MT6L8Fp_BZaxLZj7-14" parent="1" style="ellipse;shape=doubleEllipse;whiteSpace=wrap;html=1;dashed=1;" value="Demande JIRA 2&lt;div&gt;(dev)&lt;/div&gt;" vertex="1">
          <mxGeometry height="60" width="120" x="-1060" y="323.5" as="geometry" />
        </mxCell>
        <mxCell id="cKu8MT6L8Fp_BZaxLZj7-15" parent="1" style="ellipse;shape=doubleEllipse;whiteSpace=wrap;html=1;dashed=1;" value="Demande JIRA 3&lt;div&gt;(dev)&lt;/div&gt;" vertex="1">
          <mxGeometry height="60" width="122" x="-1061" y="393.5" as="geometry" />
        </mxCell>
        <mxCell id="cKu8MT6L8Fp_BZaxLZj7-19" parent="1" style="text;html=1;whiteSpace=wrap;strokeColor=none;fillColor=none;align=center;verticalAlign=middle;rounded=0;fontSize=23;fontStyle=1" value="." vertex="1">
          <mxGeometry height="30" width="60" x="-1030" y="453.25" as="geometry" />
        </mxCell>
        <mxCell id="cKu8MT6L8Fp_BZaxLZj7-20" parent="1" style="text;html=1;whiteSpace=wrap;strokeColor=none;fillColor=none;align=center;verticalAlign=middle;rounded=0;fontSize=23;fontStyle=1" value="." vertex="1">
          <mxGeometry height="30" width="60" x="-1030" y="467" as="geometry" />
        </mxCell>
        <mxCell id="cKu8MT6L8Fp_BZaxLZj7-21" parent="1" style="text;html=1;whiteSpace=wrap;strokeColor=none;fillColor=none;align=center;verticalAlign=middle;rounded=0;fontSize=23;fontStyle=1" value="." vertex="1">
          <mxGeometry height="30" width="60" x="-1030" y="483.25" as="geometry" />
        </mxCell>
        <mxCell id="cKu8MT6L8Fp_BZaxLZj7-24" edge="1" parent="1" source="cKu8MT6L8Fp_BZaxLZj7-23" style="edgeStyle=orthogonalEdgeStyle;rounded=0;orthogonalLoop=1;jettySize=auto;html=1;" target="QUzsFoNl6aFI_2ed8XXq-13">
          <mxGeometry relative="1" as="geometry">
            <Array as="points">
              <mxPoint x="120" y="220" />
              <mxPoint x="120" y="220" />
            </Array>
          </mxGeometry>
        </mxCell>
        <mxCell id="cKu8MT6L8Fp_BZaxLZj7-23" parent="1" style="ellipse;shape=doubleEllipse;whiteSpace=wrap;html=1;fillColor=#ffe6cc;strokeColor=#d79b00;" value="Demande JIRA 1&lt;div&gt;(recharge fichier)&lt;/div&gt;" vertex="1">
          <mxGeometry height="60" width="160" x="-850" y="190" as="geometry" />
        </mxCell>
        <mxCell id="cKu8MT6L8Fp_BZaxLZj7-25" edge="1" parent="1" source="cKu8MT6L8Fp_BZaxLZj7-11" style="edgeStyle=none;endArrow=none;exitX=0;exitY=0;dashed=1;html=1;rounded=0;exitDx=430;exitDy=45;exitPerimeter=0;" target="cKu8MT6L8Fp_BZaxLZj7-23" value="">
          <mxGeometry relative="1" x="1" as="geometry">
            <mxPoint x="-520" y="10" as="sourcePoint" />
            <mxPoint x="-490" y="150" as="targetPoint" />
          </mxGeometry>
        </mxCell>
        <mxCell id="cKu8MT6L8Fp_BZaxLZj7-26" edge="1" parent="1" source="cKu8MT6L8Fp_BZaxLZj7-11" style="edgeStyle=none;endArrow=none;exitX=0;exitY=0;dashed=1;html=1;rounded=0;exitDx=430;exitDy=45;exitPerimeter=0;entryX=0;entryY=0.5;entryDx=0;entryDy=0;" target="QUzsFoNl6aFI_2ed8XXq-34" value="">
          <mxGeometry relative="1" x="1" as="geometry">
            <mxPoint x="-900" y="200" as="sourcePoint" />
            <mxPoint x="-801" y="244" as="targetPoint" />
          </mxGeometry>
        </mxCell>
        <mxCell id="cKu8MT6L8Fp_BZaxLZj7-27" parent="1" style="text;html=1;whiteSpace=wrap;strokeColor=none;fillColor=none;align=center;verticalAlign=middle;rounded=0;fontSize=23;fontStyle=1" value="." vertex="1">
          <mxGeometry height="30" width="60" x="-800" y="313" as="geometry" />
        </mxCell>
        <mxCell id="cKu8MT6L8Fp_BZaxLZj7-28" parent="1" style="text;html=1;whiteSpace=wrap;strokeColor=none;fillColor=none;align=center;verticalAlign=middle;rounded=0;fontSize=23;fontStyle=1" value="." vertex="1">
          <mxGeometry height="30" width="60" x="-800" y="343" as="geometry" />
        </mxCell>
        <mxCell id="cKu8MT6L8Fp_BZaxLZj7-29" parent="1" style="text;html=1;whiteSpace=wrap;strokeColor=none;fillColor=none;align=center;verticalAlign=middle;rounded=0;fontSize=23;fontStyle=1" value="." vertex="1">
          <mxGeometry height="30" width="60" x="-800" y="326.5" as="geometry" />
        </mxCell>
        <mxCell id="cKu8MT6L8Fp_BZaxLZj7-31" parent="1" style="text;html=1;whiteSpace=wrap;strokeColor=none;fillColor=none;align=center;verticalAlign=middle;rounded=0;fontColor=#330000;" value="&lt;font style=&quot;&quot;&gt;Run Tag =&amp;nbsp;&lt;/font&gt;&lt;b style=&quot;text-align: left;&quot;&gt;x.x.x_bxxx-Rx-Jira-xxxx&lt;/b&gt;" vertex="1">
          <mxGeometry height="30" width="200" x="160" y="194" as="geometry" />
        </mxCell>
        <mxCell id="cKu8MT6L8Fp_BZaxLZj7-33" parent="1" style="text;html=1;whiteSpace=wrap;strokeColor=none;fillColor=none;align=center;verticalAlign=middle;rounded=0;fontColor=#330000;" value="&lt;font style=&quot;&quot;&gt;Run Tag =&amp;nbsp;&lt;b style=&quot;text-align: left;&quot;&gt;x.x.x_bxxx-Rx&lt;/b&gt;&lt;/font&gt;" vertex="1">
          <mxGeometry height="30" width="200" x="160" y="353.5" as="geometry" />
        </mxCell>
        <mxCell id="cKu8MT6L8Fp_BZaxLZj7-39" parent="1" style="text;html=1;whiteSpace=wrap;strokeColor=none;fillColor=none;align=center;verticalAlign=middle;rounded=0;" value="verifier/fermer/reopen" vertex="1">
          <mxGeometry height="30" width="60" x="1850" y="313.5" as="geometry" />
        </mxCell>
        <mxCell id="cKu8MT6L8Fp_BZaxLZj7-40" parent="1" style="text;html=1;whiteSpace=wrap;strokeColor=none;fillColor=none;align=center;verticalAlign=middle;rounded=0;" value="verifier/fermer/reopen" vertex="1">
          <mxGeometry height="30" width="60" x="1926" y="382.5" as="geometry" />
        </mxCell>
        <mxCell id="cKu8MT6L8Fp_BZaxLZj7-43" parent="1" style="text;html=1;whiteSpace=wrap;strokeColor=none;fillColor=none;align=center;verticalAlign=middle;rounded=0;fontColor=#FF3333;" value="est-ce qu&#39;on peut supprimer les donnees du meme run tag ? ok" vertex="1">
          <mxGeometry height="30" width="200" x="30" y="85" as="geometry" />
        </mxCell>
        <mxCell id="joy4J5Q9jbU-j6AZ98Qk-1" parent="1" style="text;html=1;whiteSpace=wrap;strokeColor=none;fillColor=none;align=center;verticalAlign=middle;rounded=0;" value="relance manuellement&lt;div&gt;avec JIRA number&lt;/div&gt;" vertex="1">
          <mxGeometry height="30" width="60" x="240" y="307" as="geometry" />
        </mxCell>
        <mxCell id="joy4J5Q9jbU-j6AZ98Qk-2" parent="1" style="text;html=1;whiteSpace=wrap;strokeColor=none;fillColor=none;align=center;verticalAlign=middle;rounded=0;" value="relance manuellement&lt;div&gt;avec JIRA number&lt;/div&gt;" vertex="1">
          <mxGeometry height="30" width="150" x="200" y="220" as="geometry" />
        </mxCell>
        <mxCell id="joy4J5Q9jbU-j6AZ98Qk-3" parent="1" style="text;html=1;whiteSpace=wrap;strokeColor=none;fillColor=none;align=center;verticalAlign=middle;rounded=0;" value="relance manuellement" vertex="1">
          <mxGeometry height="30" width="60" x="230" y="382" as="geometry" />
        </mxCell>
        <mxCell id="joy4J5Q9jbU-j6AZ98Qk-4" parent="1" style="text;html=1;whiteSpace=wrap;strokeColor=none;fillColor=none;align=center;verticalAlign=middle;rounded=0;" value="lance automatiqument" vertex="1">
          <mxGeometry height="30" width="60" x="230" y="152" as="geometry" />
        </mxCell>
      </root>
    </mxGraphModel>
  </diagram>
</mxfile>
